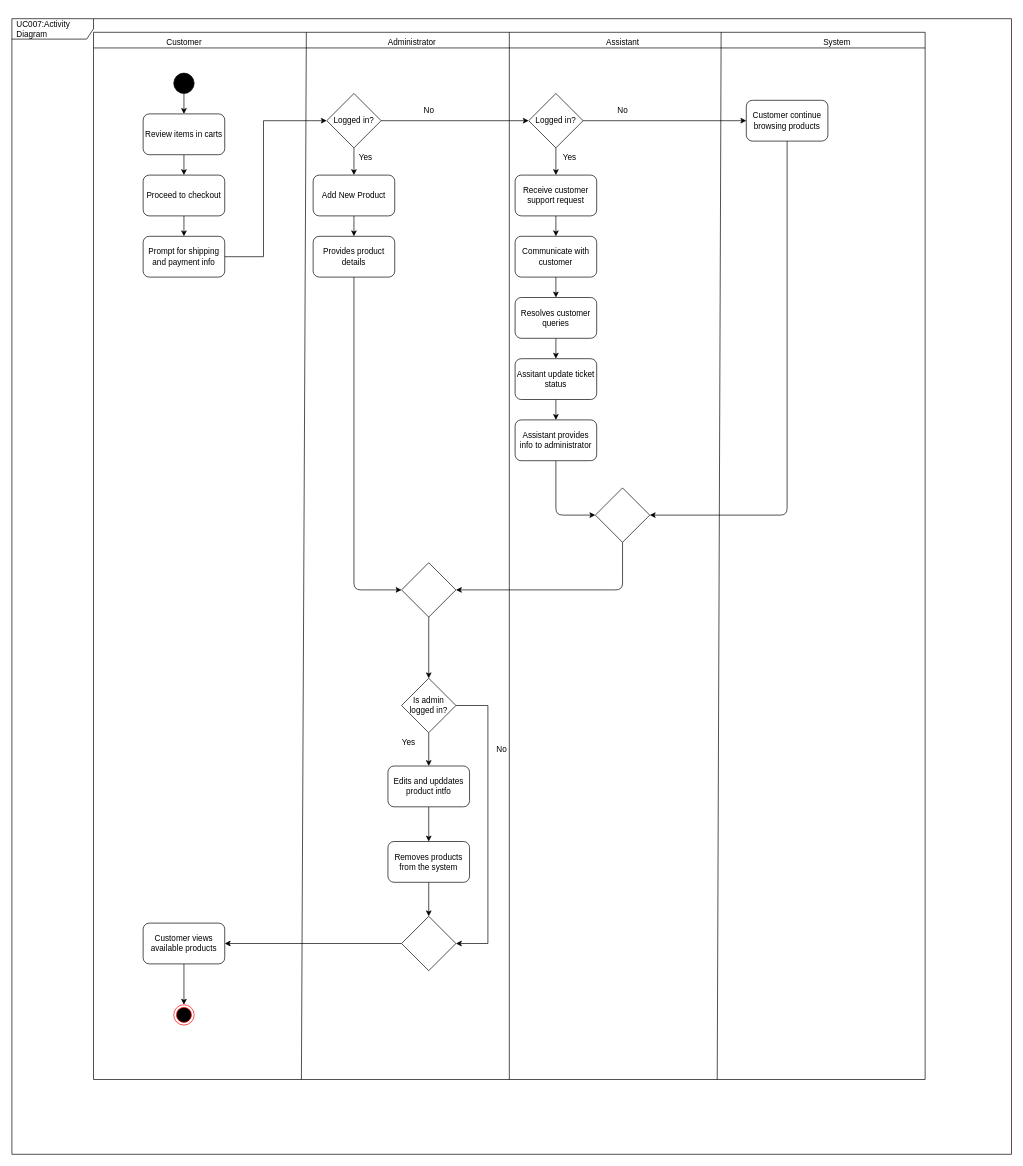
Before: proposal/submission/sec02/Allen/UC007/activity diagram.drawio in drshahizan/software-engineering, a draw.io diagram. Source tidied: cells renumbered, new cells numbered last; positions are measured from the earlier drawing's top-left corner, leaving out a move shared by most shapes. Both pictures are drawn from the tidied source at 68%, with x=0, y=0 at pixel (12, 18).
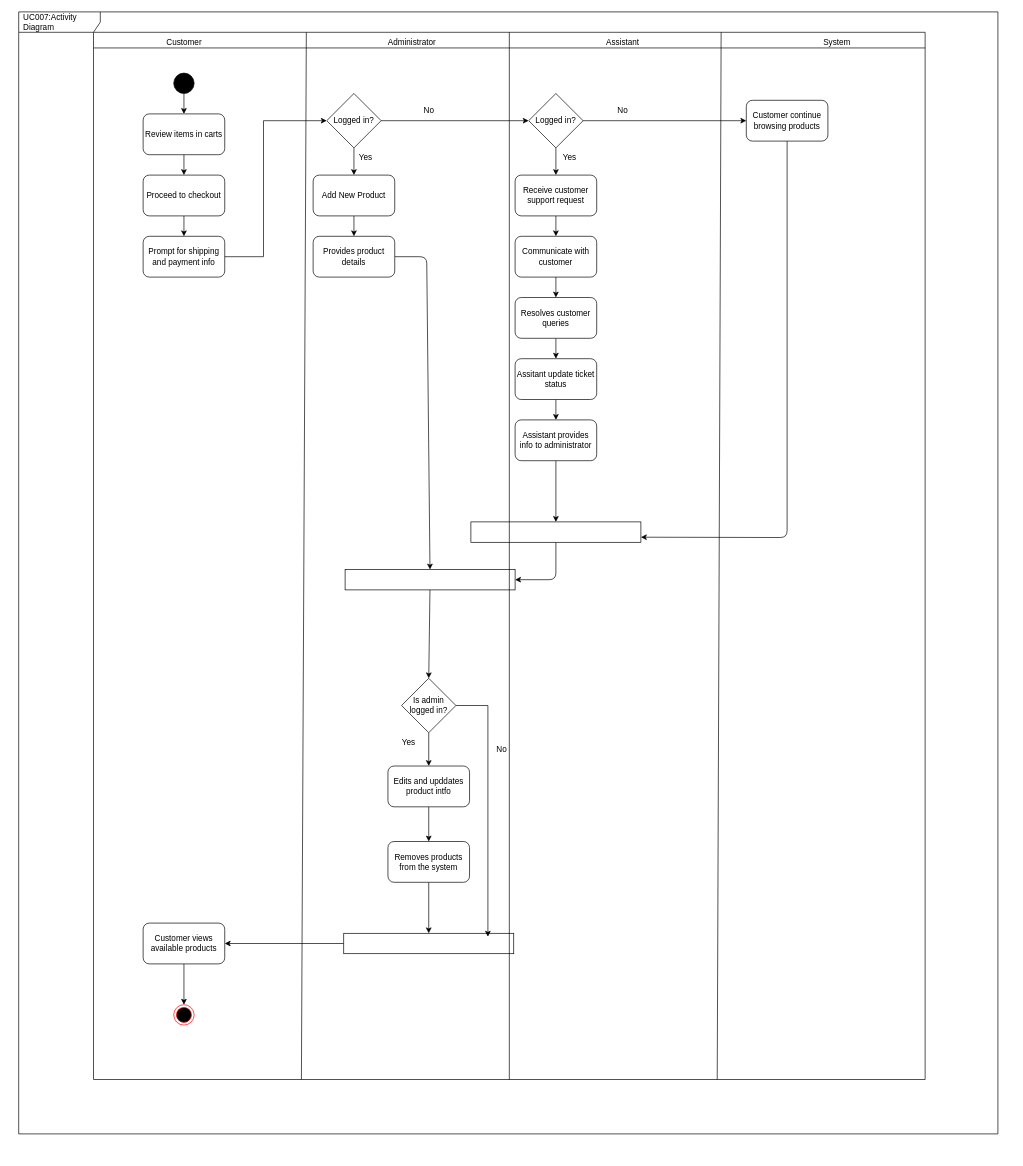
Above is the later version.

Unchanged cells that the change refers to:
```xml
<mxCell id="2" value="&amp;nbsp;" style="swimlane;whiteSpace=wrap;html=1;" parent="1" vertex="1">
  <mxGeometry x="120" y="20" width="1223" height="1540" as="geometry" />
</mxCell>
<mxCell id="26" value="Provides product details" style="rounded=1;whiteSpace=wrap;html=1;" parent="2" vertex="1">
  <mxGeometry x="323" y="300" width="120" height="60" as="geometry" />
</mxCell>
<mxCell id="29" value="Customer continue browsing products" style="rounded=1;whiteSpace=wrap;html=1;" parent="2" vertex="1">
  <mxGeometry x="960" y="100" width="120" height="60" as="geometry" />
</mxCell>
<mxCell id="40" value="Assistant provides info to administrator" style="rounded=1;whiteSpace=wrap;html=1;" parent="2" vertex="1">
  <mxGeometry x="620" y="570" width="120" height="60" as="geometry" />
</mxCell>
<mxCell id="47" value="Is admin logged in?" style="rhombus;whiteSpace=wrap;html=1;" parent="2" vertex="1">
  <mxGeometry x="453" y="950" width="80" height="80" as="geometry" />
</mxCell>
<mxCell id="51" value="Removes products from the system" style="rounded=1;whiteSpace=wrap;html=1;" parent="2" vertex="1">
  <mxGeometry x="433" y="1190" width="120" height="60" as="geometry" />
</mxCell>
<mxCell id="57" value="Customer views available products" style="rounded=1;whiteSpace=wrap;html=1;" parent="2" vertex="1">
  <mxGeometry x="73" y="1310" width="120" height="60" as="geometry" />
</mxCell>
```

What changed in the source:
```diff
@@
-    <mxCell id="25" style="edgeStyle=none;html=1;entryX=0;entryY=0.5;entryDx=0;entryDy=0;" parent="2" edge="1" source="26" target="44">
-      <mxGeometry relative="1" as="geometry">
-        <Array as="points">
-          <mxPoint x="383" y="820" />
-        </Array>
-      </mxGeometry>
-    </mxCell>
+    <mxCell id="68" style="edgeStyle=none;html=1;" parent="2" edge="1" source="26" target="74">
+      <mxGeometry relative="1" as="geometry">
+        <Array as="points">
+          <mxPoint x="490" y="330" />
+        </Array>
+      </mxGeometry>
+    </mxCell>
@@
-    <mxCell id="28" style="edgeStyle=none;html=1;entryX=1;entryY=0.5;entryDx=0;entryDy=0;" parent="2" edge="1" source="29" target="42">
-      <mxGeometry relative="1" as="geometry">
-        <Array as="points">
-          <mxPoint x="1020" y="710" />
-        </Array>
-      </mxGeometry>
-    </mxCell>
+    <mxCell id="69" style="edgeStyle=none;html=1;entryX=1;entryY=0.75;entryDx=0;entryDy=0;" parent="2" edge="1" source="29" target="67">
+      <mxGeometry relative="1" as="geometry">
+        <Array as="points">
+          <mxPoint x="1020" y="743" />
+        </Array>
+      </mxGeometry>
+    </mxCell>
@@
-    <mxCell id="39" style="edgeStyle=none;html=1;entryX=0;entryY=0.5;entryDx=0;entryDy=0;" parent="2" edge="1" source="40" target="42">
-      <mxGeometry relative="1" as="geometry">
-        <Array as="points">
-          <mxPoint x="680" y="710" />
-        </Array>
-      </mxGeometry>
-    </mxCell>
+    <mxCell id="70" style="edgeStyle=none;html=1;" parent="2" edge="1" source="40" target="67">
+      <mxGeometry relative="1" as="geometry" />
+    </mxCell>
@@
-    <mxCell id="41" style="edgeStyle=none;html=1;entryX=1;entryY=0.5;entryDx=0;entryDy=0;" parent="2" edge="1" source="42" target="44">
-      <mxGeometry relative="1" as="geometry">
-        <Array as="points">
-          <mxPoint x="778" y="820" />
-        </Array>
-      </mxGeometry>
-    </mxCell>
-    <mxCell id="42" style="rhombus;whiteSpace=wrap;html=1;" parent="2" vertex="1">
-      <mxGeometry x="738" y="670" width="80" height="80" as="geometry" />
-    </mxCell>
-    <mxCell id="43" style="edgeStyle=none;html=1;entryX=0.5;entryY=0;entryDx=0;entryDy=0;" parent="2" edge="1" source="44" target="47">
-      <mxGeometry relative="1" as="geometry" />
-    </mxCell>
-    <mxCell id="44" style="rhombus;whiteSpace=wrap;html=1;" parent="2" vertex="1">
-      <mxGeometry x="453" y="780" width="80" height="80" as="geometry" />
-    </mxCell>
@@
-    <mxCell id="50" style="edgeStyle=none;html=1;entryX=0.5;entryY=0;entryDx=0;entryDy=0;" parent="2" edge="1" source="51" target="53">
-      <mxGeometry relative="1" as="geometry" />
-    </mxCell>
+    <mxCell id="71" style="edgeStyle=none;html=1;entryX=0.5;entryY=0;entryDx=0;entryDy=0;" parent="2" edge="1" source="51" target="76">
+      <mxGeometry relative="1" as="geometry" />
+    </mxCell>
@@
-    <mxCell id="52" style="edgeStyle=none;html=1;entryX=1;entryY=0.5;entryDx=0;entryDy=0;" parent="2" edge="1" source="53" target="57">
-      <mxGeometry relative="1" as="geometry" />
-    </mxCell>
-    <mxCell id="53" style="rhombus;whiteSpace=wrap;html=1;" parent="2" vertex="1">
-      <mxGeometry x="453" y="1300" width="80" height="80" as="geometry" />
-    </mxCell>
@@
+    <mxCell id="72" style="edgeStyle=none;html=1;entryX=1;entryY=0.5;entryDx=0;entryDy=0;" parent="2" edge="1" source="67" target="74">
+      <mxGeometry relative="1" as="geometry">
+        <Array as="points">
+          <mxPoint x="680" y="805" />
+        </Array>
+      </mxGeometry>
+    </mxCell>
+    <mxCell id="67" style="rounded=0;whiteSpace=wrap;html=1;" parent="2" vertex="1">
+      <mxGeometry x="555" y="720" width="250" height="30" as="geometry" />
+    </mxCell>
+    <mxCell id="73" style="edgeStyle=none;html=1;entryX=0.5;entryY=0;entryDx=0;entryDy=0;" parent="2" edge="1" source="74" target="47">
+      <mxGeometry relative="1" as="geometry" />
+    </mxCell>
+    <mxCell id="74" style="rounded=0;whiteSpace=wrap;html=1;" parent="2" vertex="1">
+      <mxGeometry x="370" y="790" width="250" height="30" as="geometry" />
+    </mxCell>
+    <mxCell id="75" style="edgeStyle=none;html=1;" parent="2" edge="1" source="76" target="57">
+      <mxGeometry relative="1" as="geometry" />
+    </mxCell>
+    <mxCell id="76" style="rounded=0;whiteSpace=wrap;html=1;" parent="2" vertex="1">
+      <mxGeometry x="368" y="1325" width="250" height="30" as="geometry" />
+    </mxCell>
@@
-    <mxCell id="65" style="endArrow=none;html=1;" parent="1" edge="1">
-      <mxGeometry relative="1" as="geometry">
-        <mxPoint x="700" y="1360" as="sourcePoint" />
-        <mxPoint x="700" y="1010" as="targetPoint" />
-      </mxGeometry>
-    </mxCell>
-    <mxCell id="66" style="endArrow=classic;html=1;entryX=1;entryY=0.5;entryDx=0;entryDy=0;" parent="1" edge="1" target="53">
-      <mxGeometry relative="1" as="geometry">
-        <mxPoint x="700" y="1360" as="sourcePoint" />
-      </mxGeometry>
-    </mxCell>
-    <mxCell id="67" value="UC007:Activity Diagram" style="shape=umlFrame;whiteSpace=wrap;html=1;width=120;height=30;boundedLbl=1;verticalAlign=middle;align=left;spacingLeft=5;" parent="1" vertex="1">
-      <mxGeometry width="1470" height="1670" as="geometry" />
-    </mxCell>
+    <mxCell id="77" style="endArrow=classic;html=1;" parent="1" edge="1">
+      <mxGeometry relative="1" as="geometry">
+        <mxPoint x="700" y="1010" as="sourcePoint" />
+        <mxPoint x="700" y="1350" as="targetPoint" />
+      </mxGeometry>
+    </mxCell>
+    <mxCell id="78" value="UC007:Activity Diagram" style="shape=umlFrame;whiteSpace=wrap;html=1;width=120;height=30;boundedLbl=1;verticalAlign=middle;align=left;spacingLeft=5;" parent="1" vertex="1">
+      <mxGeometry x="10" y="-10" width="1440" height="1650" as="geometry" />
+    </mxCell>
```
